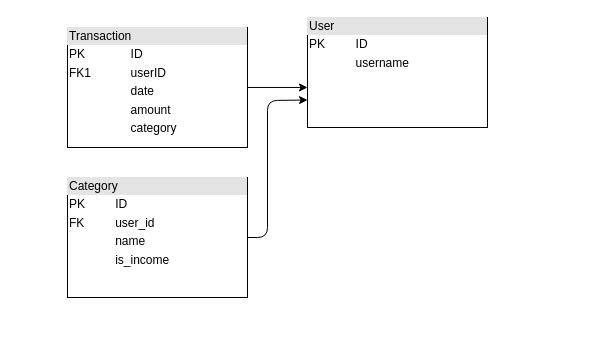
alex-johnson41/BudgetingWebsite keeps this draw.io diagram as database_diagram.drawio. Above is the earlier version. Source tidied: cells renumbered, new cells numbered last; positions are measured from the earlier drawing's top-left corner, leaving out a move shared by most shapes. Both pictures are drawn from the tidied source at 100%, with x=0, y=0 at pixel (67, 17).
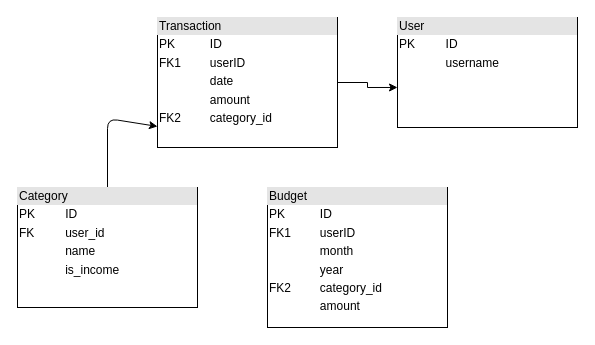
The same diagram, later.

Commit message (it also covers changes not shown here):
Add budget to back-end, clean up table view

Change to the diagram source:
```diff
@@
 <mxGraphModel>
   <root>
     <mxCell id="0" />
     <mxCell id="1" parent="0" />
     <mxCell id="2" value="&lt;div style=&quot;box-sizing:border-box;width:100%;background:#e4e4e4;padding:2px;&quot;&gt;User&lt;/div&gt;&lt;table style=&quot;width:100%;font-size:1em;&quot; cellpadding=&quot;2&quot; cellspacing=&quot;0&quot;&gt;&lt;tbody&gt;&lt;tr&gt;&lt;td&gt;PK&lt;/td&gt;&lt;td&gt;ID&lt;/td&gt;&lt;/tr&gt;&lt;tr&gt;&lt;td&gt;&lt;br&gt;&lt;/td&gt;&lt;td&gt;username&lt;/td&gt;&lt;/tr&gt;&lt;/tbody&gt;&lt;/table&gt;" style="verticalAlign=top;align=left;overflow=fill;html=1;whiteSpace=wrap;" parent="1" vertex="1">
-      <mxGeometry x="240" width="180" height="110" as="geometry" />
+      <mxGeometry x="330" width="180" height="110" as="geometry" />
     </mxCell>
     <mxCell id="3" style="edgeStyle=orthogonalEdgeStyle;rounded=0;jettySize=auto;html=1;entryX=0;entryY=0.636;entryDx=0;entryDy=0;entryPerimeter=0;" parent="1" edge="1" source="4" target="2">
       <mxGeometry relative="1" as="geometry" />
     </mxCell>
-    <mxCell id="4" value="&lt;div style=&quot;box-sizing:border-box;width:100%;background:#e4e4e4;padding:2px;&quot;&gt;Transaction&lt;/div&gt;&lt;table style=&quot;width:100%;font-size:1em;&quot; cellpadding=&quot;2&quot; cellspacing=&quot;0&quot;&gt;&lt;tbody&gt;&lt;tr&gt;&lt;td&gt;PK&lt;/td&gt;&lt;td&gt;ID&lt;/td&gt;&lt;/tr&gt;&lt;tr&gt;&lt;td&gt;FK1&lt;/td&gt;&lt;td&gt;userID&lt;/td&gt;&lt;/tr&gt;&lt;tr&gt;&lt;td&gt;&lt;/td&gt;&lt;td&gt;date&lt;/td&gt;&lt;/tr&gt;&lt;tr&gt;&lt;td&gt;&lt;br&gt;&lt;/td&gt;&lt;td&gt;amount&lt;/td&gt;&lt;/tr&gt;&lt;tr&gt;&lt;td&gt;&lt;br&gt;&lt;/td&gt;&lt;td&gt;category&lt;/td&gt;&lt;/tr&gt;&lt;/tbody&gt;&lt;/table&gt;" style="verticalAlign=top;align=left;overflow=fill;html=1;whiteSpace=wrap;" parent="1" vertex="1">
-      <mxGeometry y="10" width="180" height="120" as="geometry" />
+    <mxCell id="4" value="&lt;div style=&quot;box-sizing:border-box;width:100%;background:#e4e4e4;padding:2px;&quot;&gt;Transaction&lt;/div&gt;&lt;table style=&quot;width:100%;font-size:1em;&quot; cellpadding=&quot;2&quot; cellspacing=&quot;0&quot;&gt;&lt;tbody&gt;&lt;tr&gt;&lt;td&gt;PK&lt;/td&gt;&lt;td&gt;ID&lt;/td&gt;&lt;/tr&gt;&lt;tr&gt;&lt;td&gt;FK1&lt;/td&gt;&lt;td&gt;userID&lt;/td&gt;&lt;/tr&gt;&lt;tr&gt;&lt;td&gt;&lt;/td&gt;&lt;td&gt;date&lt;/td&gt;&lt;/tr&gt;&lt;tr&gt;&lt;td&gt;&lt;br&gt;&lt;/td&gt;&lt;td&gt;amount&lt;/td&gt;&lt;/tr&gt;&lt;tr&gt;&lt;td&gt;FK2&lt;/td&gt;&lt;td&gt;category_id&lt;/td&gt;&lt;/tr&gt;&lt;tr&gt;&lt;td&gt;&lt;br&gt;&lt;/td&gt;&lt;td&gt;&lt;br&gt;&lt;/td&gt;&lt;/tr&gt;&lt;/tbody&gt;&lt;/table&gt;" style="verticalAlign=top;align=left;overflow=fill;html=1;whiteSpace=wrap;" parent="1" vertex="1">
+      <mxGeometry x="90" width="180" height="130" as="geometry" />
     </mxCell>
-    <mxCell id="5" style="edgeStyle=none;html=1;entryX=0;entryY=0.75;entryDx=0;entryDy=0;" parent="1" edge="1" source="6" target="2">
+    <mxCell id="5" style="edgeStyle=none;html=1;entryX=0;entryY=0.838;entryDx=0;entryDy=0;entryPerimeter=0;" parent="1" edge="1" source="6" target="4">
       <mxGeometry relative="1" as="geometry">
         <Array as="points">
-          <mxPoint x="200" y="220" />
-          <mxPoint x="200" y="83" />
+          <mxPoint x="40" y="101" />
         </Array>
       </mxGeometry>
     </mxCell>
     <mxCell id="6" value="&lt;div style=&quot;box-sizing:border-box;width:100%;background:#e4e4e4;padding:2px;&quot;&gt;Category&lt;/div&gt;&lt;table style=&quot;width:100%;font-size:1em;&quot; cellpadding=&quot;2&quot; cellspacing=&quot;0&quot;&gt;&lt;tbody&gt;&lt;tr&gt;&lt;td&gt;PK&lt;/td&gt;&lt;td&gt;ID&lt;/td&gt;&lt;/tr&gt;&lt;tr&gt;&lt;td&gt;FK&lt;/td&gt;&lt;td&gt;user_id&lt;/td&gt;&lt;/tr&gt;&lt;tr&gt;&lt;td&gt;&lt;br&gt;&lt;/td&gt;&lt;td&gt;name&lt;/td&gt;&lt;/tr&gt;&lt;tr&gt;&lt;td&gt;&lt;br&gt;&lt;/td&gt;&lt;td&gt;is_income&lt;/td&gt;&lt;/tr&gt;&lt;/tbody&gt;&lt;/table&gt;" style="verticalAlign=top;align=left;overflow=fill;html=1;whiteSpace=wrap;" parent="1" vertex="1">
-      <mxGeometry y="160" width="180" height="120" as="geometry" />
+      <mxGeometry x="-50" y="170" width="180" height="120" as="geometry" />
     </mxCell>
+    <mxCell id="7" value="&lt;div style=&quot;box-sizing:border-box;width:100%;background:#e4e4e4;padding:2px;&quot;&gt;Budget&lt;/div&gt;&lt;table style=&quot;width:100%;font-size:1em;&quot; cellpadding=&quot;2&quot; cellspacing=&quot;0&quot;&gt;&lt;tbody&gt;&lt;tr&gt;&lt;td&gt;PK&lt;/td&gt;&lt;td&gt;ID&lt;/td&gt;&lt;/tr&gt;&lt;tr&gt;&lt;td&gt;FK1&lt;/td&gt;&lt;td&gt;userID&lt;/td&gt;&lt;/tr&gt;&lt;tr&gt;&lt;td&gt;&lt;/td&gt;&lt;td&gt;month&lt;/td&gt;&lt;/tr&gt;&lt;tr&gt;&lt;td&gt;&lt;br&gt;&lt;/td&gt;&lt;td&gt;year&lt;/td&gt;&lt;/tr&gt;&lt;tr&gt;&lt;td&gt;FK2&lt;/td&gt;&lt;td&gt;category_id&lt;/td&gt;&lt;/tr&gt;&lt;tr&gt;&lt;td&gt;&lt;br&gt;&lt;/td&gt;&lt;td&gt;amount&lt;/td&gt;&lt;/tr&gt;&lt;/tbody&gt;&lt;/table&gt;" style="verticalAlign=top;align=left;overflow=fill;html=1;whiteSpace=wrap;" parent="1" vertex="1">
+      <mxGeometry x="200" y="170" width="180" height="140" as="geometry" />
+    </mxCell>
   </root>
 </mxGraphModel>
```
